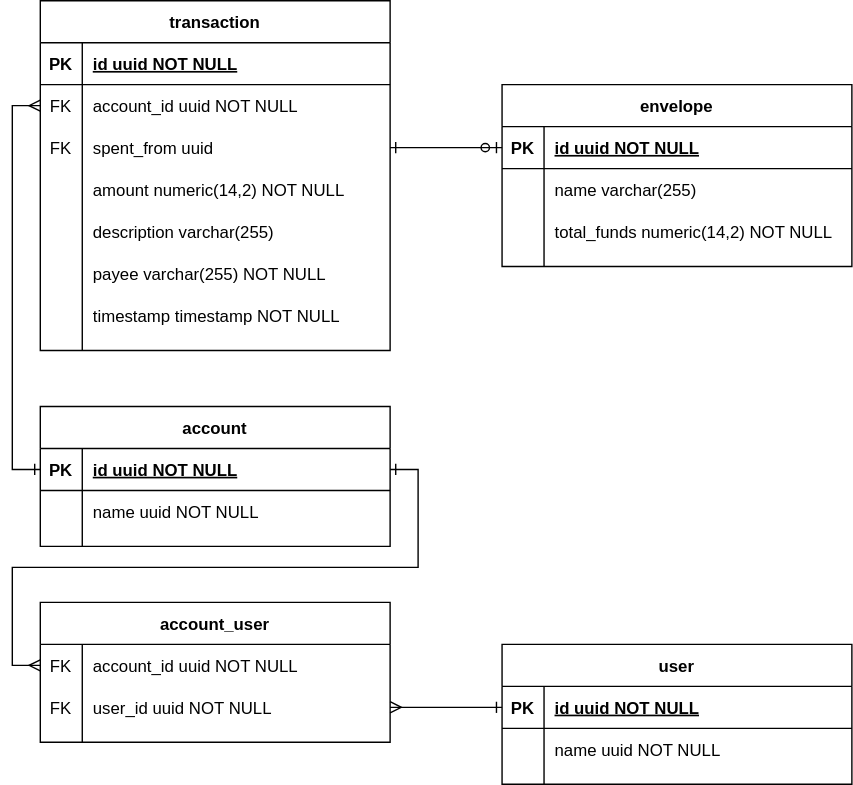
Above: data-er.svg in andrew-chang-dewitt/hoops-api (draw.io), before the change. Source tidied: cells renumbered, new cells last; positions are measured from the earlier drawing's top-left corner, leaving out a move shared by most shapes.
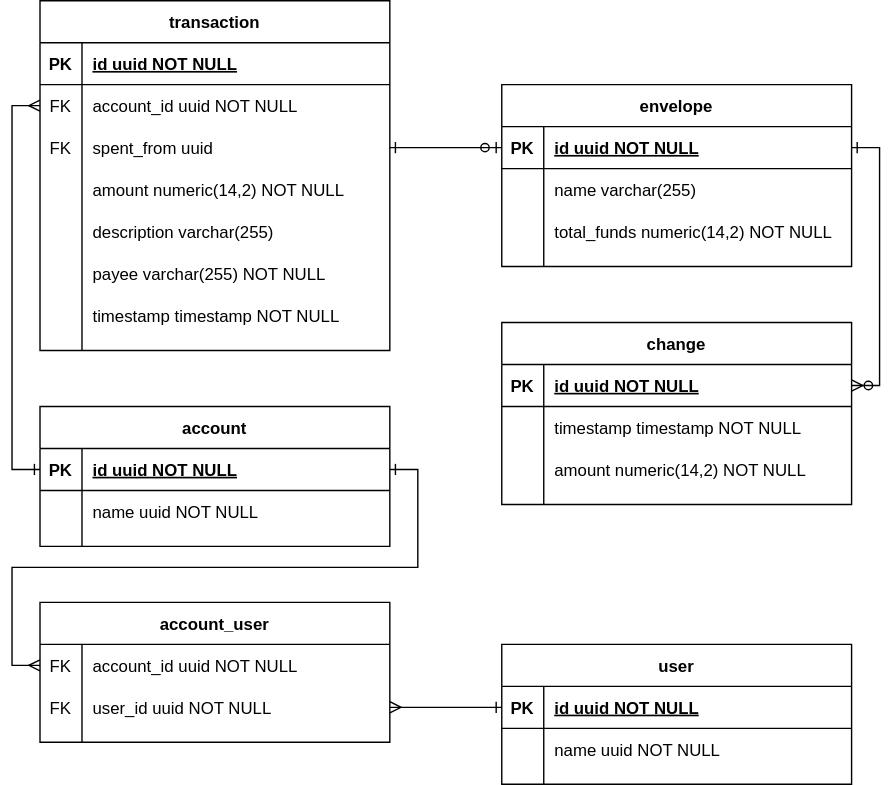
The same diagram one commit later.

Commit message:
Add envelope change entity.

The edit, as a diff of the source:
```diff
@@ -173,5 +173,38 @@
     <mxCell id="58" style="edgeStyle=orthogonalEdgeStyle;rounded=0;jettySize=auto;html=1;entryX=0;entryY=0.5;entryDx=0;entryDy=0;labelBackgroundColor=default;fontColor=default;endArrow=ERzeroToOne;endFill=0;strokeColor=default;startArrow=ERone;startFill=0;" parent="1" edge="1" source="16" target="49">
       <mxGeometry relative="1" as="geometry" />
     </mxCell>
+    <mxCell id="59" value="change" style="shape=table;startSize=30;rowLines=0;fontStyle=1;align=center;fillColor=none;strokeColor=default;fontColor=default;" parent="1" vertex="1">
+      <mxGeometry x="330" y="230" width="250" height="130" as="geometry" />
+    </mxCell>
+    <mxCell id="60" style="shape=partialRectangle;fillColor=none;points=[[0,0.5],[1,0.5]];portConstraint=eastwest;top=0;left=0;right=0;bottom=1;strokeColor=default;fontColor=default;" parent="59" vertex="1">
+      <mxGeometry y="30" width="250" height="30" as="geometry" />
+    </mxCell>
+    <mxCell id="61" value="PK" style="shape=partialRectangle;overflow=hidden;fillColor=none;top=0;left=0;bottom=0;right=0;fontStyle=1;strokeColor=default;fontColor=default;" parent="60" vertex="1">
+      <mxGeometry width="30" height="30" as="geometry" />
+    </mxCell>
+    <mxCell id="62" value="id uuid NOT NULL " style="shape=partialRectangle;overflow=hidden;fillColor=none;top=0;left=0;bottom=0;right=0;align=left;spacingLeft=6;fontStyle=5;strokeColor=default;fontColor=default;" parent="60" vertex="1">
+      <mxGeometry x="30" width="220" height="30" as="geometry" />
+    </mxCell>
+    <mxCell id="63" style="shape=partialRectangle;fillColor=none;top=0;left=0;right=0;bottom=0;strokeColor=default;fontColor=default;" parent="59" vertex="1">
+      <mxGeometry y="60" width="250" height="30" as="geometry" />
+    </mxCell>
+    <mxCell id="64" style="shape=partialRectangle;overflow=hidden;fillColor=none;top=0;left=0;bottom=0;right=0;strokeColor=default;fontColor=default;" parent="63" vertex="1">
+      <mxGeometry width="30" height="30" as="geometry" />
+    </mxCell>
+    <mxCell id="65" value="timestamp timestamp NOT NULL" style="shape=partialRectangle;overflow=hidden;fillColor=none;top=0;left=0;bottom=0;right=0;align=left;spacingLeft=6;strokeColor=default;fontColor=default;" parent="63" vertex="1">
+      <mxGeometry x="30" width="220" height="30" as="geometry" />
+    </mxCell>
+    <mxCell id="66" style="shape=partialRectangle;fillColor=none;top=0;left=0;right=0;bottom=0;strokeColor=default;fontColor=default;" parent="59" vertex="1">
+      <mxGeometry y="90" width="250" height="30" as="geometry" />
+    </mxCell>
+    <mxCell id="67" style="shape=partialRectangle;overflow=hidden;fillColor=none;top=0;left=0;bottom=0;right=0;strokeColor=default;fontColor=default;" parent="66" vertex="1">
+      <mxGeometry width="30" height="30" as="geometry" />
+    </mxCell>
+    <mxCell id="68" value="amount numeric(14,2) NOT NULL" style="shape=partialRectangle;overflow=hidden;fillColor=none;top=0;left=0;bottom=0;right=0;align=left;spacingLeft=6;strokeColor=default;fontColor=default;" parent="66" vertex="1">
+      <mxGeometry x="30" width="220" height="30" as="geometry" />
+    </mxCell>
+    <mxCell id="69" style="edgeStyle=orthogonalEdgeStyle;rounded=0;jettySize=auto;html=1;exitX=1;exitY=0.5;exitDx=0;exitDy=0;entryX=1;entryY=0.5;entryDx=0;entryDy=0;labelBackgroundColor=default;fontColor=default;startArrow=ERone;startFill=0;endArrow=ERzeroToMany;endFill=0;strokeColor=default;" parent="1" edge="1" source="49" target="60">
+      <mxGeometry relative="1" as="geometry" />
+    </mxCell>
   </root>
 </mxGraphModel>
```
